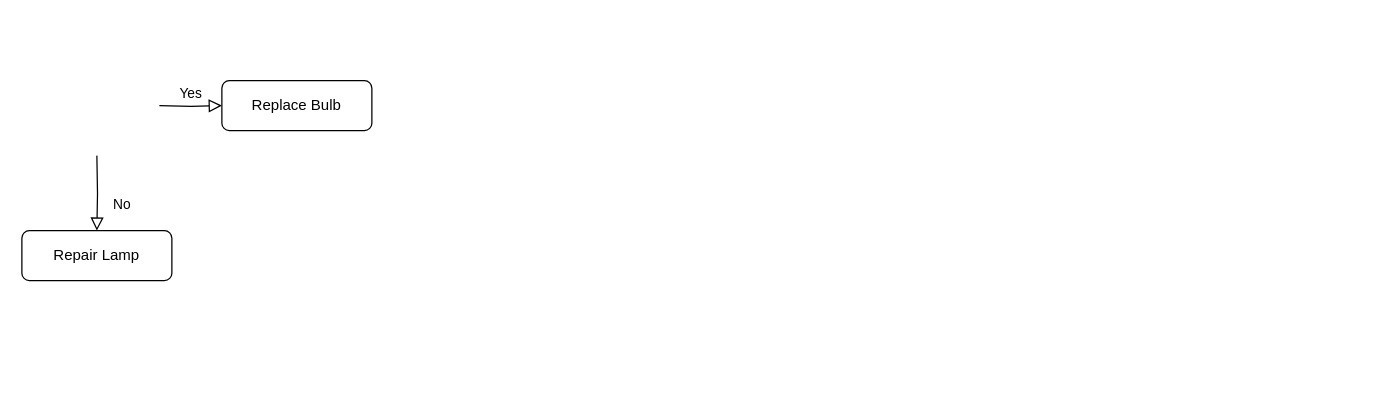
devgranlund/idea-settings keeps this draw.io diagram as Method.drawio. Above is the earlier version. Source tidied: cells renumbered, new cells numbered last; positions are measured from the earlier drawing's top-left corner, leaving out a move shared by most shapes. Both pictures are drawn from the tidied source at 125%, with x=0, y=0 at pixel (21, 80).
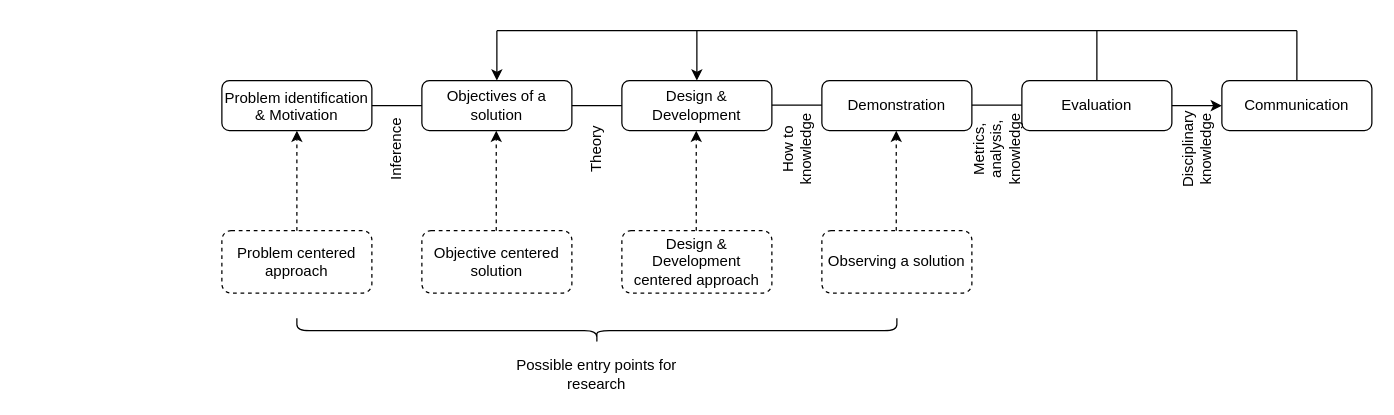
After the change.

What changed in the source:
```diff
@@
-    <mxCell id="2" value="No" style="rounded=0;html=1;jettySize=auto;fontSize=11;endArrow=block;endFill=0;endSize=8;strokeWidth=1;shadow=0;labelBackgroundColor=none;edgeStyle=orthogonalEdgeStyle;" parent="1" edge="1" target="4">
-      <mxGeometry x="0.33" y="20" relative="1" as="geometry">
-        <mxPoint x="60" y="60" as="sourcePoint" />
-      </mxGeometry>
-    </mxCell>
-    <mxCell id="3" value="Yes" style="edgeStyle=orthogonalEdgeStyle;rounded=0;html=1;jettySize=auto;fontSize=11;endArrow=block;endFill=0;endSize=8;strokeWidth=1;shadow=0;labelBackgroundColor=none;" parent="1" edge="1" target="5">
-      <mxGeometry y="10" relative="1" as="geometry">
-        <mxPoint x="110" y="20" as="sourcePoint" />
-      </mxGeometry>
-    </mxCell>
-    <mxCell id="4" value="Repair Lamp" style="rounded=1;whiteSpace=wrap;html=1;fontSize=12;glass=0;strokeWidth=1;shadow=0;" parent="1" vertex="1">
-      <mxGeometry y="120" width="120" height="40" as="geometry" />
-    </mxCell>
-    <mxCell id="5" value="Replace Bulb" style="rounded=1;whiteSpace=wrap;html=1;fontSize=12;glass=0;strokeWidth=1;shadow=0;" parent="1" vertex="1">
+    <mxCell id="5" value="Problem identification &amp;amp; Motivation" style="rounded=1;whiteSpace=wrap;html=1;fontSize=12;glass=0;strokeWidth=1;shadow=0;verticalAlign=top;" parent="1" vertex="1">
       <mxGeometry x="160" width="120" height="40" as="geometry" />
     </mxCell>
+    <mxCell id="6" value="Objectives of a solution" style="rounded=1;whiteSpace=wrap;html=1;fontSize=12;glass=0;strokeWidth=1;shadow=0;" parent="1" vertex="1">
+      <mxGeometry x="320" width="120" height="40" as="geometry" />
+    </mxCell>
+    <mxCell id="7" value="Design &amp;amp; Development" style="rounded=1;whiteSpace=wrap;html=1;fontSize=12;glass=0;strokeWidth=1;shadow=0;" parent="1" vertex="1">
+      <mxGeometry x="480" width="120" height="40" as="geometry" />
+    </mxCell>
+    <mxCell id="8" value="Demonstration" style="rounded=1;whiteSpace=wrap;html=1;fontSize=12;glass=0;strokeWidth=1;shadow=0;" parent="1" vertex="1">
+      <mxGeometry x="640" width="120" height="40" as="geometry" />
+    </mxCell>
+    <mxCell id="9" value="Evaluation" style="rounded=1;whiteSpace=wrap;html=1;fontSize=12;glass=0;strokeWidth=1;shadow=0;" parent="1" vertex="1">
+      <mxGeometry x="800" width="120" height="40" as="geometry" />
+    </mxCell>
+    <mxCell id="10" value="Communication" style="rounded=1;whiteSpace=wrap;html=1;fontSize=12;glass=0;strokeWidth=1;shadow=0;" parent="1" vertex="1">
+      <mxGeometry x="960" width="120" height="40" as="geometry" />
+    </mxCell>
+    <mxCell id="11" style="endArrow=none;html=1;rounded=0;entryX=1;entryY=0.5;entryDx=0;entryDy=0;exitX=0;exitY=0.5;exitDx=0;exitDy=0;" parent="1" edge="1" source="6" target="5">
+      <mxGeometry relative="1" as="geometry" />
+    </mxCell>
+    <mxCell id="12" style="endArrow=none;html=1;rounded=0;exitX=1;exitY=0.5;exitDx=0;exitDy=0;entryX=0;entryY=0.5;entryDx=0;entryDy=0;" parent="1" edge="1" source="6" target="7">
+      <mxGeometry relative="1" as="geometry" />
+    </mxCell>
+    <mxCell id="13" style="endArrow=none;html=1;rounded=0;entryX=1;entryY=0.5;entryDx=0;entryDy=0;exitX=0;exitY=0.5;exitDx=0;exitDy=0;" parent="1" edge="1">
+      <mxGeometry relative="1" as="geometry">
+        <mxPoint x="640" y="19.5" as="sourcePoint" />
+        <mxPoint x="600" y="19.5" as="targetPoint" />
+      </mxGeometry>
+    </mxCell>
+    <mxCell id="14" style="endArrow=none;html=1;rounded=0;entryX=1;entryY=0.5;entryDx=0;entryDy=0;exitX=0;exitY=0.5;exitDx=0;exitDy=0;" parent="1" edge="1">
+      <mxGeometry relative="1" as="geometry">
+        <mxPoint x="800" y="19.5" as="sourcePoint" />
+        <mxPoint x="760" y="19.5" as="targetPoint" />
+      </mxGeometry>
+    </mxCell>
+    <mxCell id="15" style="endArrow=classic;html=1;rounded=0;entryX=0;entryY=0.5;entryDx=0;entryDy=0;exitX=1;exitY=0.5;exitDx=0;exitDy=0;" parent="1" edge="1" source="9" target="10">
+      <mxGeometry relative="1" as="geometry" />
+    </mxCell>
+    <mxCell id="16" style="endArrow=none;html=1;rounded=0;" parent="1" edge="1">
+      <mxGeometry relative="1" as="geometry">
+        <mxPoint x="1020" y="-40" as="sourcePoint" />
+        <mxPoint x="380" y="-40" as="targetPoint" />
+      </mxGeometry>
+    </mxCell>
+    <mxCell id="17" style="endArrow=none;html=1;rounded=0;entryX=0.5;entryY=0;entryDx=0;entryDy=0;" parent="1" edge="1" target="9">
+      <mxGeometry relative="1" as="geometry">
+        <mxPoint x="860" y="-40" as="sourcePoint" />
+      </mxGeometry>
+    </mxCell>
+    <mxCell id="18" style="endArrow=none;html=1;rounded=0;exitX=0.5;exitY=0;exitDx=0;exitDy=0;" parent="1" edge="1" source="10">
+      <mxGeometry relative="1" as="geometry">
+        <mxPoint x="1020" y="-40" as="targetPoint" />
+      </mxGeometry>
+    </mxCell>
+    <mxCell id="19" style="endArrow=classic;html=1;rounded=0;entryX=0.5;entryY=0;entryDx=0;entryDy=0;" parent="1" edge="1" target="6">
+      <mxGeometry relative="1" as="geometry">
+        <mxPoint x="380" y="-40" as="sourcePoint" />
+      </mxGeometry>
+    </mxCell>
+    <mxCell id="20" style="endArrow=classic;html=1;rounded=0;entryX=0.5;entryY=0;entryDx=0;entryDy=0;" parent="1" edge="1" target="7">
+      <mxGeometry relative="1" as="geometry">
+        <mxPoint x="540" y="-40" as="sourcePoint" />
+      </mxGeometry>
+    </mxCell>
+    <mxCell id="21" value="Inference" style="text;html=1;strokeColor=none;fillColor=none;align=center;verticalAlign=middle;whiteSpace=wrap;rounded=0;rotation=-90;" parent="1" vertex="1">
+      <mxGeometry x="270" y="40" width="60" height="30" as="geometry" />
+    </mxCell>
+    <mxCell id="22" value="Theory" style="text;html=1;strokeColor=none;fillColor=none;align=center;verticalAlign=middle;whiteSpace=wrap;rounded=0;rotation=-90;" parent="1" vertex="1">
+      <mxGeometry x="430" y="40" width="60" height="30" as="geometry" />
+    </mxCell>
+    <mxCell id="23" value="How to knowledge" style="text;html=1;strokeColor=none;fillColor=none;align=center;verticalAlign=middle;whiteSpace=wrap;rounded=0;rotation=-90;" parent="1" vertex="1">
+      <mxGeometry x="590" y="40" width="60" height="30" as="geometry" />
+    </mxCell>
+    <mxCell id="24" value="Metrics, analysis, knowledge" style="text;html=1;strokeColor=none;fillColor=none;align=center;verticalAlign=middle;whiteSpace=wrap;rounded=0;rotation=-90;" parent="1" vertex="1">
+      <mxGeometry x="750" y="40" width="60" height="30" as="geometry" />
+    </mxCell>
+    <mxCell id="25" value="Disciplinary knowledge" style="text;html=1;strokeColor=none;fillColor=none;align=center;verticalAlign=middle;whiteSpace=wrap;rounded=0;rotation=-90;" parent="1" vertex="1">
+      <mxGeometry x="910" y="40" width="60" height="30" as="geometry" />
+    </mxCell>
+    <mxCell id="26" value="Problem centered approach" style="rounded=1;whiteSpace=wrap;html=1;fontSize=12;glass=0;strokeWidth=1;shadow=0;verticalAlign=middle;dashed=1;" parent="1" vertex="1">
+      <mxGeometry x="160" y="120" width="120" height="50" as="geometry" />
+    </mxCell>
+    <mxCell id="27" value="Objective centered solution" style="rounded=1;whiteSpace=wrap;html=1;fontSize=12;glass=0;strokeWidth=1;shadow=0;verticalAlign=middle;dashed=1;" parent="1" vertex="1">
+      <mxGeometry x="320" y="120" width="120" height="50" as="geometry" />
+    </mxCell>
+    <mxCell id="28" value="Design &amp;amp; Development centered approach" style="rounded=1;whiteSpace=wrap;html=1;fontSize=12;glass=0;strokeWidth=1;shadow=0;verticalAlign=middle;dashed=1;" parent="1" vertex="1">
+      <mxGeometry x="480" y="120" width="120" height="50" as="geometry" />
+    </mxCell>
+    <mxCell id="29" value="Observing a solution" style="rounded=1;whiteSpace=wrap;html=1;fontSize=12;glass=0;strokeWidth=1;shadow=0;verticalAlign=middle;dashed=1;" parent="1" vertex="1">
+      <mxGeometry x="640" y="120" width="120" height="50" as="geometry" />
+    </mxCell>
+    <mxCell id="30" style="endArrow=classic;html=1;rounded=0;exitX=0.5;exitY=0;exitDx=0;exitDy=0;entryX=0.5;entryY=1;entryDx=0;entryDy=0;dashed=1;" parent="1" edge="1" source="26" target="5">
+      <mxGeometry relative="1" as="geometry" />
+    </mxCell>
+    <mxCell id="31" style="endArrow=classic;html=1;rounded=0;exitX=0.5;exitY=0;exitDx=0;exitDy=0;entryX=0.5;entryY=1;entryDx=0;entryDy=0;dashed=1;" parent="1" edge="1">
+      <mxGeometry relative="1" as="geometry">
+        <mxPoint x="379.5" y="120" as="sourcePoint" />
+        <mxPoint x="379.5" y="40" as="targetPoint" />
+      </mxGeometry>
+    </mxCell>
+    <mxCell id="32" style="endArrow=classic;html=1;rounded=0;exitX=0.5;exitY=0;exitDx=0;exitDy=0;entryX=0.5;entryY=1;entryDx=0;entryDy=0;dashed=1;" parent="1" edge="1">
+      <mxGeometry relative="1" as="geometry">
+        <mxPoint x="539.5" y="120" as="sourcePoint" />
+        <mxPoint x="539.5" y="40" as="targetPoint" />
+      </mxGeometry>
+    </mxCell>
+    <mxCell id="33" style="endArrow=classic;html=1;rounded=0;exitX=0.5;exitY=0;exitDx=0;exitDy=0;entryX=0.5;entryY=1;entryDx=0;entryDy=0;dashed=1;" parent="1" edge="1">
+      <mxGeometry relative="1" as="geometry">
+        <mxPoint x="699.5" y="120" as="sourcePoint" />
+        <mxPoint x="699.5" y="40" as="targetPoint" />
+      </mxGeometry>
+    </mxCell>
+    <mxCell id="34" style="shape=curlyBracket;whiteSpace=wrap;html=1;rounded=1;labelPosition=left;verticalLabelPosition=middle;align=right;verticalAlign=middle;rotation=-90;" parent="1" vertex="1">
+      <mxGeometry x="450" y="-40" width="20" height="480" as="geometry" />
+    </mxCell>
+    <mxCell id="35" value="Possible entry points for research" style="text;html=1;strokeColor=none;fillColor=none;align=center;verticalAlign=middle;whiteSpace=wrap;rounded=0;" parent="1" vertex="1">
+      <mxGeometry x="380" y="220" width="160" height="30" as="geometry" />
+    </mxCell>
```
